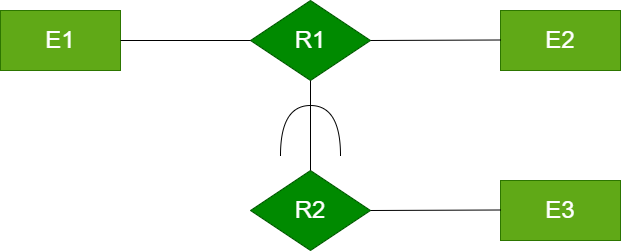
Earlier version of the draw.io export Mối Kết Mở Rộng.png (datnham0212/learning). Source tidied: cells renumbered, new cells last; positions are measured from the earlier drawing's top-left corner, leaving out a move shared by most shapes.
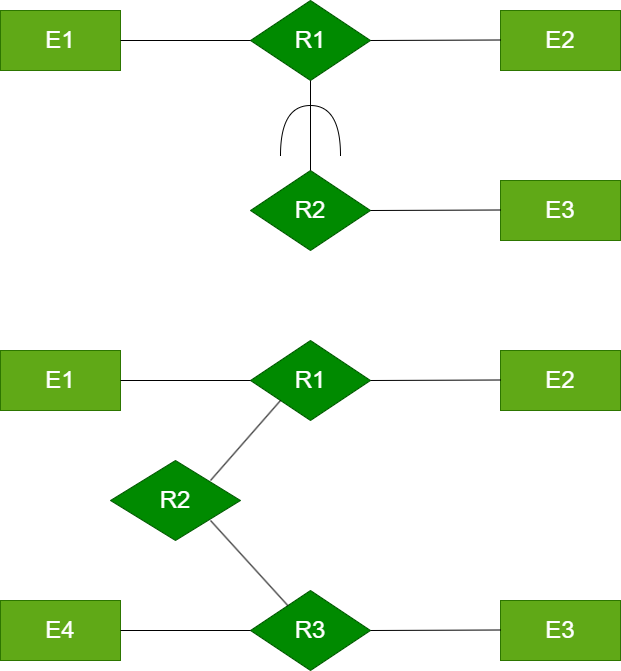
After the commit.

The edit, as a diff of the source:
```diff
@@ -40,5 +40,58 @@
     <mxCell id="11" style="shape=requiredInterface;html=1;verticalLabelPosition=bottom;sketch=0;rotation=-90;" parent="1" vertex="1">
       <mxGeometry x="285" y="100" width="50" height="60" as="geometry" />
     </mxCell>
+    <mxCell id="12" value="E1" style="rounded=0;whiteSpace=wrap;html=1;fontSize=24;fillColor=#60a917;fontColor=#ffffff;strokeColor=#2D7600;" parent="1" vertex="1">
+      <mxGeometry y="350" width="120" height="60" as="geometry" />
+    </mxCell>
+    <mxCell id="13" value="E2" style="rounded=0;whiteSpace=wrap;html=1;fontSize=24;fillColor=#60a917;fontColor=#ffffff;strokeColor=#2D7600;" parent="1" vertex="1">
+      <mxGeometry x="500" y="350" width="120" height="60" as="geometry" />
+    </mxCell>
+    <mxCell id="14" value="R1" style="rhombus;whiteSpace=wrap;html=1;fontSize=24;fillColor=#008a00;fontColor=#ffffff;strokeColor=#005700;" parent="1" vertex="1">
+      <mxGeometry x="250" y="340" width="120" height="80" as="geometry" />
+    </mxCell>
+    <mxCell id="15" style="endArrow=none;html=1;rounded=0;entryX=0;entryY=0.5;entryDx=0;entryDy=0;fontSize=24;" parent="1" edge="1" target="14">
+      <mxGeometry relative="1" as="geometry">
+        <mxPoint x="120" y="380" as="sourcePoint" />
+      </mxGeometry>
+    </mxCell>
+    <mxCell id="16" style="endArrow=none;html=1;rounded=0;entryX=0;entryY=0.5;entryDx=0;entryDy=0;fontSize=24;" parent="1" edge="1">
+      <mxGeometry relative="1" as="geometry">
+        <mxPoint x="370" y="380" as="sourcePoint" />
+        <mxPoint x="500" y="379.5" as="targetPoint" />
+      </mxGeometry>
+    </mxCell>
+    <mxCell id="17" value="E4" style="rounded=0;whiteSpace=wrap;html=1;fontSize=24;fillColor=#60a917;fontColor=#ffffff;strokeColor=#2D7600;" parent="1" vertex="1">
+      <mxGeometry y="600" width="120" height="60" as="geometry" />
+    </mxCell>
+    <mxCell id="18" value="E3" style="rounded=0;whiteSpace=wrap;html=1;fontSize=24;fillColor=#60a917;fontColor=#ffffff;strokeColor=#2D7600;" parent="1" vertex="1">
+      <mxGeometry x="500" y="600" width="120" height="60" as="geometry" />
+    </mxCell>
+    <mxCell id="19" value="R3" style="rhombus;whiteSpace=wrap;html=1;fontSize=24;fillColor=#008a00;fontColor=#ffffff;strokeColor=#005700;" parent="1" vertex="1">
+      <mxGeometry x="250" y="590" width="120" height="80" as="geometry" />
+    </mxCell>
+    <mxCell id="20" style="endArrow=none;html=1;rounded=0;entryX=0;entryY=0.5;entryDx=0;entryDy=0;fontSize=24;" parent="1" edge="1" target="19">
+      <mxGeometry relative="1" as="geometry">
+        <mxPoint x="120" y="630" as="sourcePoint" />
+      </mxGeometry>
+    </mxCell>
+    <mxCell id="21" style="endArrow=none;html=1;rounded=0;entryX=0;entryY=0.5;entryDx=0;entryDy=0;fontSize=24;" parent="1" edge="1">
+      <mxGeometry relative="1" as="geometry">
+        <mxPoint x="370" y="630" as="sourcePoint" />
+        <mxPoint x="500" y="629.5" as="targetPoint" />
+      </mxGeometry>
+    </mxCell>
+    <mxCell id="22" value="R2" style="rhombus;whiteSpace=wrap;html=1;fontSize=24;fillColor=#008a00;fontColor=#ffffff;strokeColor=#005700;" parent="1" vertex="1">
+      <mxGeometry x="110" y="460" width="130" height="80" as="geometry" />
+    </mxCell>
+    <mxCell id="23" style="endArrow=none;html=1;rounded=0;entryX=0;entryY=1;entryDx=0;entryDy=0;fontSize=24;" parent="1" edge="1" target="14">
+      <mxGeometry relative="1" as="geometry">
+        <mxPoint x="210" y="480" as="sourcePoint" />
+      </mxGeometry>
+    </mxCell>
+    <mxCell id="24" style="endArrow=none;html=1;rounded=0;fontSize=24;" parent="1" edge="1" source="19">
+      <mxGeometry relative="1" as="geometry">
+        <mxPoint x="210" y="520" as="targetPoint" />
+      </mxGeometry>
+    </mxCell>
   </root>
 </mxGraphModel>
```
